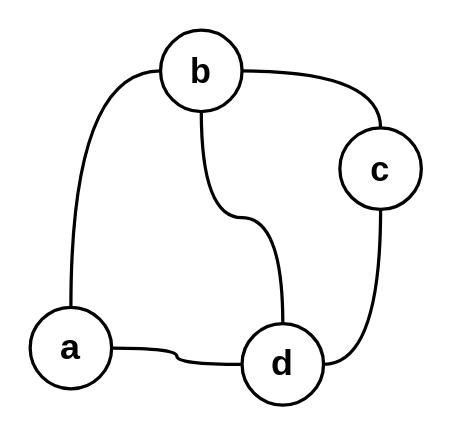
The draw.io diagram ds_graphs/drawio/graph2.drawio in francisco-ricardo/ntm_post, before the edit. Source tidied: cells renumbered, new cells numbered last; positions are measured from the earlier drawing's top-left corner, leaving out a move shared by most shapes. Both pictures are drawn from the tidied source at 163%, with x=0, y=0 at pixel (29, 29).
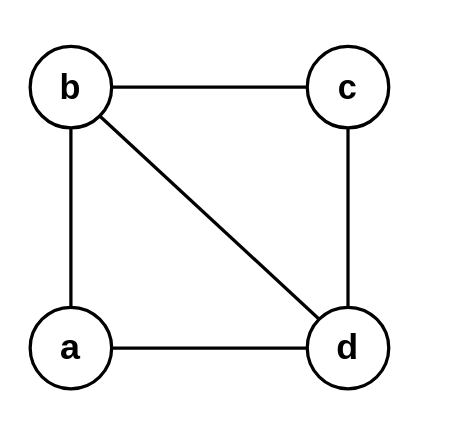
After the change.

Commit message (it also covers changes not shown here):
Keep working on graphs

Changes to be committed:
	modified:   ds_graphs/drawio/graph2.drawio
	modified:   ds_graphs/graphs.tex

Change to the diagram source:
```diff
@@
 <mxGraphModel>
   <root>
     <mxCell id="0" />
     <mxCell id="1" parent="0" />
-    <mxCell id="2" style="edgeStyle=orthogonalEdgeStyle;rounded=0;jettySize=auto;html=1;exitX=0;exitY=0.5;exitDx=0;exitDy=0;entryX=0.5;entryY=0;entryDx=0;entryDy=0;strokeWidth=2;endArrow=none;endFill=0;curved=1;" parent="1" edge="1" source="5" target="7">
+    <mxCell id="2" style="edgeStyle=orthogonalEdgeStyle;rounded=0;jettySize=auto;html=1;exitX=0.5;exitY=1;exitDx=0;exitDy=0;entryX=0.5;entryY=0;entryDx=0;entryDy=0;strokeWidth=2;endArrow=none;endFill=0;curved=1;" parent="1" edge="1" source="5" target="7">
       <mxGeometry relative="1" as="geometry" />
     </mxCell>
+    <mxCell id="4" style="rounded=0;jettySize=auto;html=1;exitX=1;exitY=1;exitDx=0;exitDy=0;strokeWidth=2;endArrow=none;endFill=0;entryX=0;entryY=0;entryDx=0;entryDy=0;" parent="1" edge="1" source="5" target="8">
+      <mxGeometry relative="1" as="geometry" />
+    </mxCell>
-    <mxCell id="3" style="edgeStyle=orthogonalEdgeStyle;rounded=0;jettySize=auto;html=1;exitX=1;exitY=0.5;exitDx=0;exitDy=0;entryX=0.5;entryY=0;entryDx=0;entryDy=0;curved=1;strokeWidth=2;endArrow=none;endFill=0;" parent="1" edge="1" source="5" target="10">
+    <mxCell id="3" style="edgeStyle=orthogonalEdgeStyle;rounded=0;jettySize=auto;html=1;exitX=1;exitY=0.5;exitDx=0;exitDy=0;strokeWidth=2;endArrow=none;endFill=0;curved=1;" parent="1" edge="1" source="5" target="10">
       <mxGeometry relative="1" as="geometry" />
     </mxCell>
-    <mxCell id="4" style="edgeStyle=orthogonalEdgeStyle;rounded=0;jettySize=auto;html=1;exitX=0.5;exitY=1;exitDx=0;exitDy=0;strokeWidth=2;endArrow=none;endFill=0;curved=1;" parent="1" edge="1" source="5" target="8">
-      <mxGeometry relative="1" as="geometry" />
-    </mxCell>
     <mxCell id="5" value="&lt;font size=&quot;1&quot; style=&quot;&quot;&gt;&lt;b style=&quot;font-size: 21px;&quot;&gt;b&lt;/b&gt;&lt;/font&gt;" style="ellipse;whiteSpace=wrap;html=1;strokeWidth=2;" parent="1" vertex="1">
-      <mxGeometry x="80" width="50" height="50" as="geometry" />
+      <mxGeometry y="10" width="50" height="50" as="geometry" />
     </mxCell>
     <mxCell id="6" style="edgeStyle=orthogonalEdgeStyle;rounded=0;jettySize=auto;html=1;exitX=1;exitY=0.5;exitDx=0;exitDy=0;curved=1;endArrow=none;endFill=0;strokeWidth=2;" parent="1" edge="1" source="7" target="8">
       <mxGeometry relative="1" as="geometry" />
     </mxCell>
     <mxCell id="7" value="&lt;b style=&quot;font-size: 22px;&quot;&gt;a&lt;/b&gt;" style="ellipse;whiteSpace=wrap;html=1;strokeWidth=2;" parent="1" vertex="1">
       <mxGeometry y="170" width="50" height="50" as="geometry" />
     </mxCell>
     <mxCell id="8" value="&lt;font size=&quot;1&quot; style=&quot;&quot;&gt;&lt;b style=&quot;font-size: 22px;&quot;&gt;d&lt;/b&gt;&lt;/font&gt;" style="ellipse;whiteSpace=wrap;html=1;strokeWidth=2;" parent="1" vertex="1">
-      <mxGeometry x="130" y="180" width="50" height="50" as="geometry" />
+      <mxGeometry x="170" y="170" width="50" height="50" as="geometry" />
     </mxCell>
-    <mxCell id="9" style="edgeStyle=orthogonalEdgeStyle;rounded=0;jettySize=auto;html=1;exitX=0.5;exitY=1;exitDx=0;exitDy=0;entryX=1;entryY=0.5;entryDx=0;entryDy=0;curved=1;strokeWidth=2;endArrow=none;endFill=0;" parent="1" edge="1" source="10" target="8">
+    <mxCell id="9" style="edgeStyle=orthogonalEdgeStyle;rounded=0;jettySize=auto;html=1;exitX=0.5;exitY=1;exitDx=0;exitDy=0;entryX=0.5;entryY=0;entryDx=0;entryDy=0;curved=1;strokeWidth=2;endArrow=none;endFill=0;" parent="1" edge="1" source="10" target="8">
       <mxGeometry relative="1" as="geometry" />
     </mxCell>
     <mxCell id="10" value="&lt;font size=&quot;1&quot; style=&quot;&quot;&gt;&lt;b style=&quot;font-size: 21px;&quot;&gt;c&lt;/b&gt;&lt;/font&gt;" style="ellipse;whiteSpace=wrap;html=1;strokeWidth=2;" parent="1" vertex="1">
-      <mxGeometry x="190" y="60" width="50" height="50" as="geometry" />
+      <mxGeometry x="170" y="10" width="50" height="50" as="geometry" />
     </mxCell>
   </root>
 </mxGraphModel>
```
